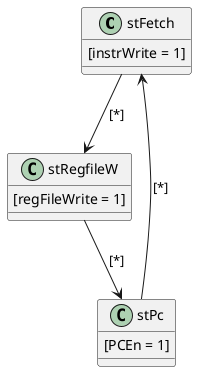
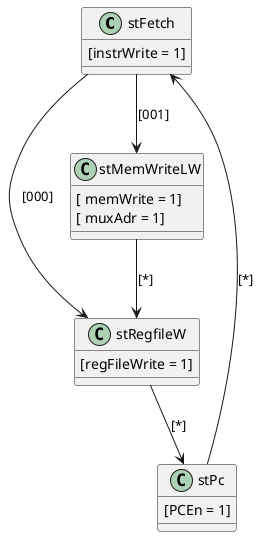
@startuml ttt

- stFetch --> stRegfileW :[*]
+ stFetch --> stRegfileW : [000]
+ stFetch --> stMemWriteLW : [001]
+ stMemWriteLW : [ memWrite = 1]
+ stMemWriteLW : [ muxAdr = 1]
+ stMemWriteLW --> stRegfileW : [*]
stFetch : [instrWrite = 1]
stRegfileW --> stPc :[*]
stRegfileW : [regFileWrite = 1]
stPc --> stFetch :[*]
stPc : [PCEn = 1]

@enduml